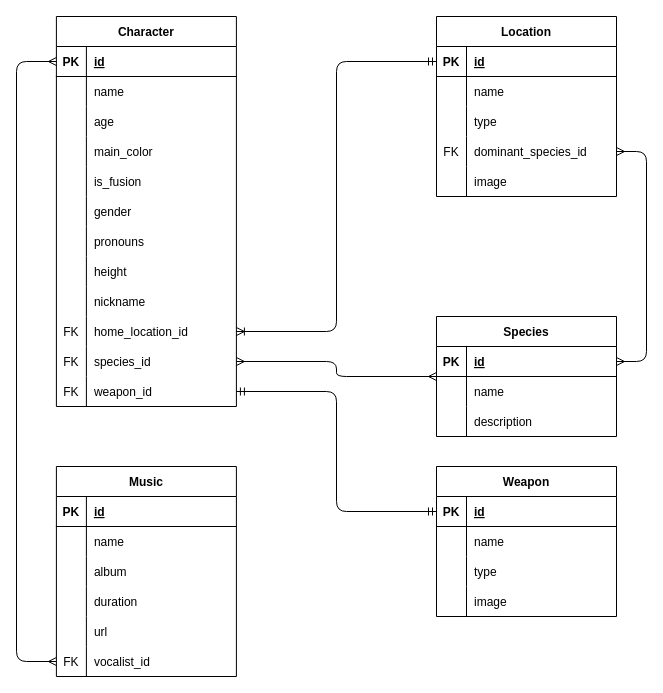
LiviaDevolder/clear-sale keeps this draw.io diagram as db-model.drawio. Above is the earlier version. Source tidied: cells renumbered, new cells numbered last; positions are measured from the earlier drawing's top-left corner, leaving out a move shared by most shapes. Both pictures are drawn from the tidied source at 100%, with x=0, y=0 at pixel (16, 16).
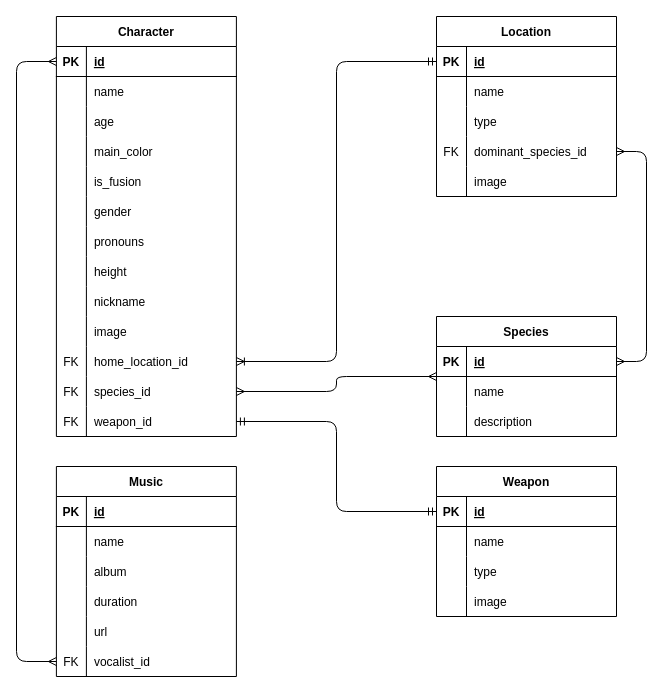
After the change.

Commit message:
docs: add image to characters db model

Diff of the diagram source:
```diff
@@
     <mxCell id="2" value="Character" style="shape=table;startSize=30;childLayout=tableLayout;rowLines=0;fontStyle=1;align=center;" parent="1" vertex="1">
-      <mxGeometry x="39.9" width="180" height="390" as="geometry" />
+      <mxGeometry x="39.9" width="180" height="420" as="geometry" />
     </mxCell>
@@
+    <mxCell id="102" style="shape=tableRow;horizontal=0;startSize=0;swimlaneHead=0;swimlaneBody=0;fillColor=none;top=0;left=0;right=0;bottom=0;" parent="2" vertex="1">
+      <mxGeometry y="300" width="180" height="30" as="geometry" />
+    </mxCell>
+    <mxCell id="103" style="shape=partialRectangle;fillColor=none;top=0;left=0;bottom=0;right=0;overflow=hidden;" parent="102" vertex="1">
+      <mxGeometry width="30" height="30" as="geometry" />
+    </mxCell>
+    <mxCell id="104" value="image" style="shape=partialRectangle;fillColor=none;top=0;left=0;bottom=0;right=0;align=left;spacingLeft=6;overflow=hidden;" parent="102" vertex="1">
+      <mxGeometry x="30" width="150" height="30" as="geometry" />
+    </mxCell>
     <mxCell id="30" style="shape=tableRow;horizontal=0;startSize=0;swimlaneHead=0;swimlaneBody=0;fillColor=none;points=[[0,0.5],[1,0.5]];portConstraint=eastwest;top=0;left=0;right=0;bottom=0;" parent="2" vertex="1">
-      <mxGeometry y="300" width="180" height="30" as="geometry" />
+      <mxGeometry y="330" width="180" height="30" as="geometry" />
     </mxCell>
@@
     <mxCell id="33" style="shape=tableRow;horizontal=0;startSize=0;swimlaneHead=0;swimlaneBody=0;fillColor=none;points=[[0,0.5],[1,0.5]];portConstraint=eastwest;top=0;left=0;right=0;bottom=0;" parent="2" vertex="1">
-      <mxGeometry y="330" width="180" height="30" as="geometry" />
+      <mxGeometry y="360" width="180" height="30" as="geometry" />
     </mxCell>
@@
     <mxCell id="36" style="shape=tableRow;horizontal=0;startSize=0;swimlaneHead=0;swimlaneBody=0;fillColor=none;points=[[0,0.5],[1,0.5]];portConstraint=eastwest;top=0;left=0;right=0;bottom=0;" parent="2" vertex="1">
-      <mxGeometry y="360" width="180" height="30" as="geometry" />
+      <mxGeometry y="390" width="180" height="30" as="geometry" />
     </mxCell>
```
